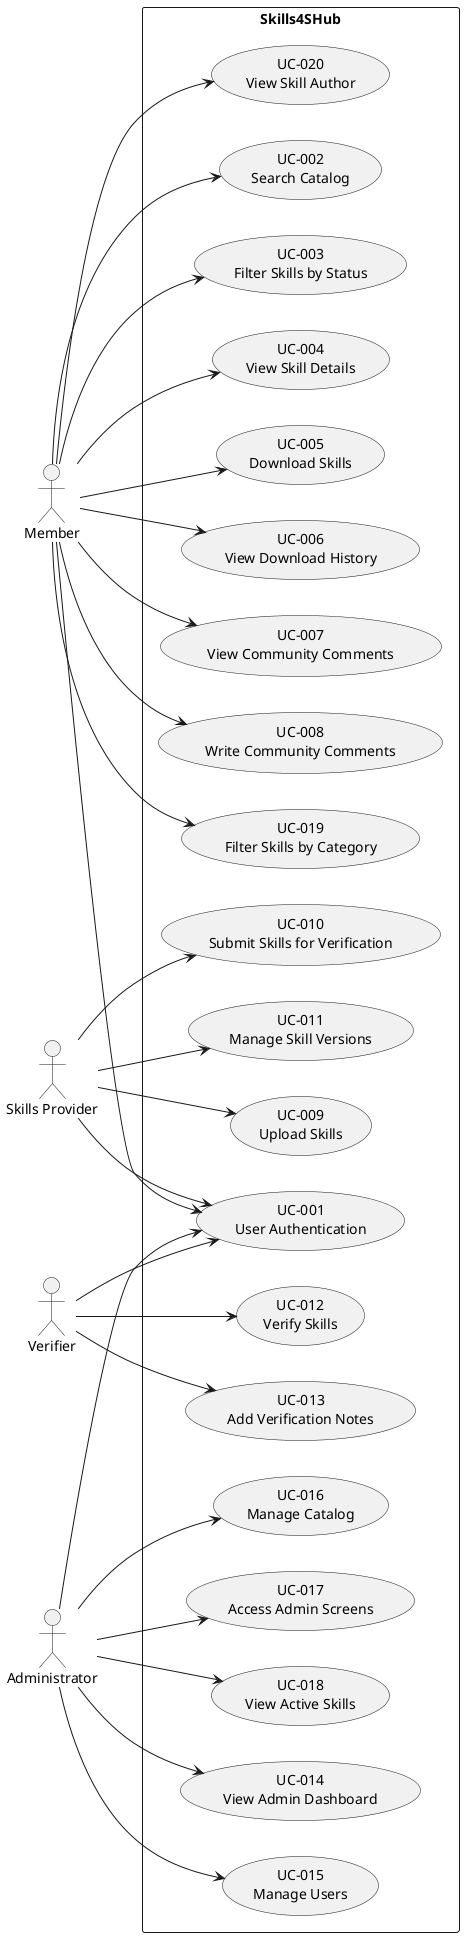
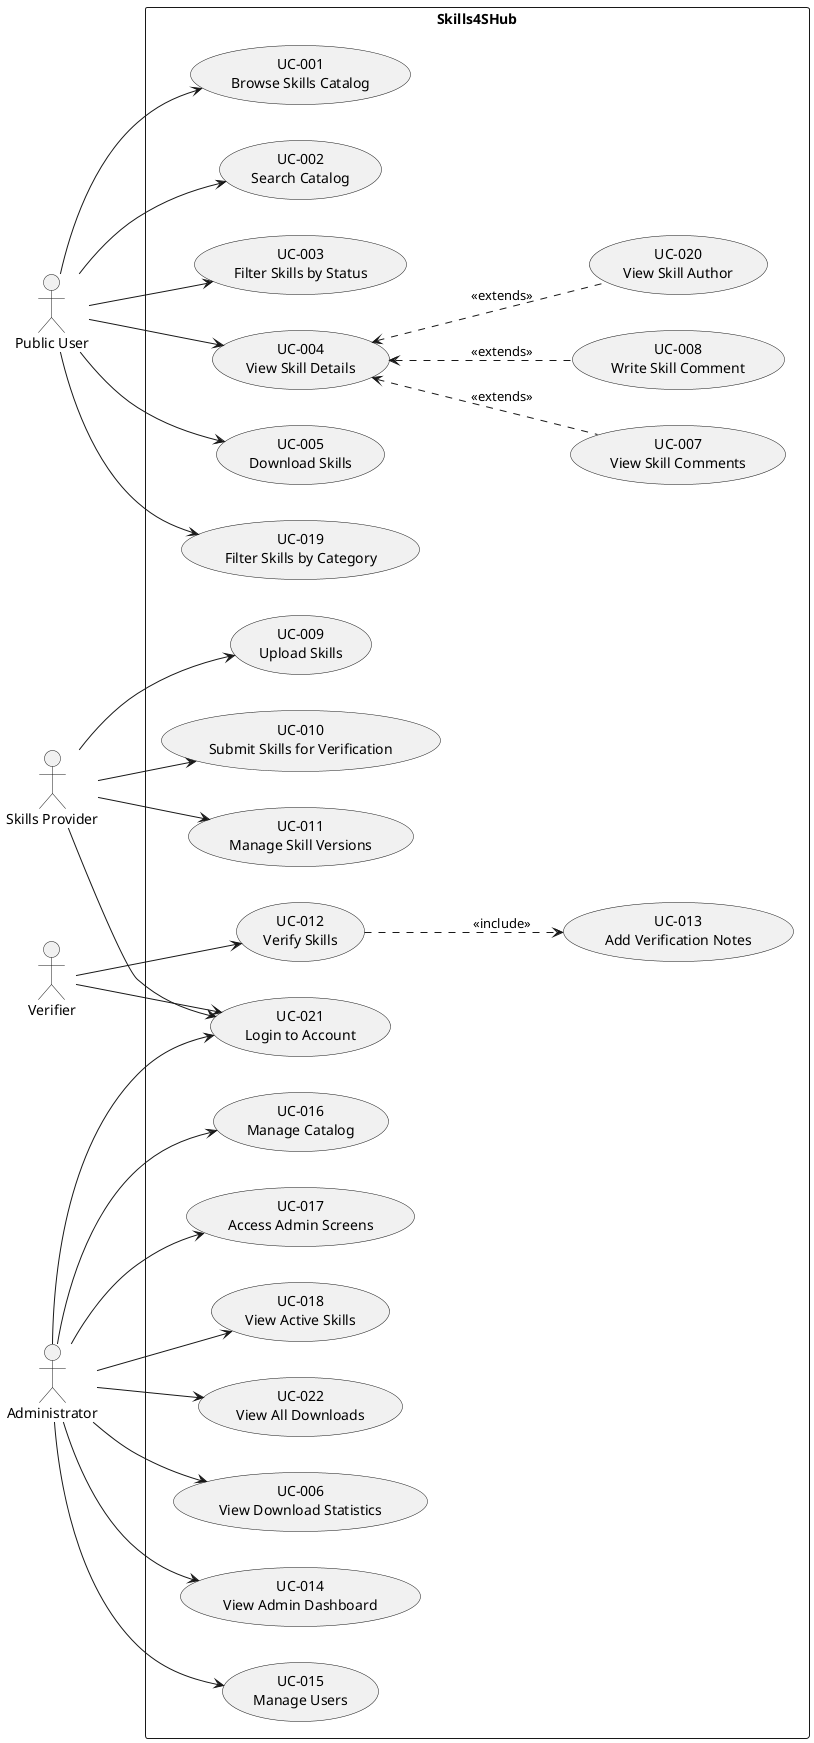
@startuml Use Cases Overview
left to right direction

- actor "Member" as member
+ actor "Public User" as public
actor "Skills Provider" as provider
actor "Verifier" as verifier
actor "Administrator" as admin

rectangle "Skills4SHub" {
-     usecase "UC-001\nUser Authentication" as UC001
+     usecase "UC-001\nBrowse Skills Catalog" as UC001
    usecase "UC-002\nSearch Catalog" as UC002
    usecase "UC-003\nFilter Skills by Status" as UC003
    usecase "UC-004\nView Skill Details" as UC004
    usecase "UC-005\nDownload Skills" as UC005
-     usecase "UC-006\nView Download History" as UC006
-     usecase "UC-007\nView Community Comments" as UC007
-     usecase "UC-008\nWrite Community Comments" as UC008
+     usecase "UC-006\nView Download Statistics" as UC006
+     usecase "UC-007\nView Skill Comments" as UC007
+     usecase "UC-008\nWrite Skill Comment" as UC008
    usecase "UC-009\nUpload Skills" as UC009
    usecase "UC-010\nSubmit Skills for Verification" as UC010
    usecase "UC-011\nManage Skill Versions" as UC011
    usecase "UC-012\nVerify Skills" as UC012
    usecase "UC-013\nAdd Verification Notes" as UC013
    usecase "UC-014\nView Admin Dashboard" as UC014
    usecase "UC-015\nManage Users" as UC015
    usecase "UC-016\nManage Catalog" as UC016
    usecase "UC-017\nAccess Admin Screens" as UC017
    usecase "UC-018\nView Active Skills" as UC018
    usecase "UC-019\nFilter Skills by Category" as UC019
    usecase "UC-020\nView Skill Author" as UC020
+     usecase "UC-021\nLogin to Account" as UC021
+     usecase "UC-022\nView All Downloads" as UC022
}

- member --> UC001
- member --> UC002
- member --> UC003
- member --> UC004
- member --> UC005
- member --> UC006
- member --> UC007
- member --> UC008
- member --> UC019
- member --> UC020
+ public --> UC001
+ public --> UC002
+ public --> UC003
+ UC004 <.. UC007 : <<extends>>
+ UC004 <.. UC008 : <<extends>>
+ UC004 <.. UC020 : <<extends>>
+ public --> UC004
+ public --> UC005
+ public --> UC019

- provider --> UC001
+ 
+ provider --> UC021
provider --> UC009
provider --> UC010
provider --> UC011

- verifier --> UC001
+ verifier --> UC021
verifier --> UC012
- verifier --> UC013
+ UC012 ..> UC013 : <<include>>

- admin --> UC001
+ admin --> UC021
+ admin --> UC006
admin --> UC014
admin --> UC015
admin --> UC016
admin --> UC017
admin --> UC018
+ admin --> UC022

@enduml
